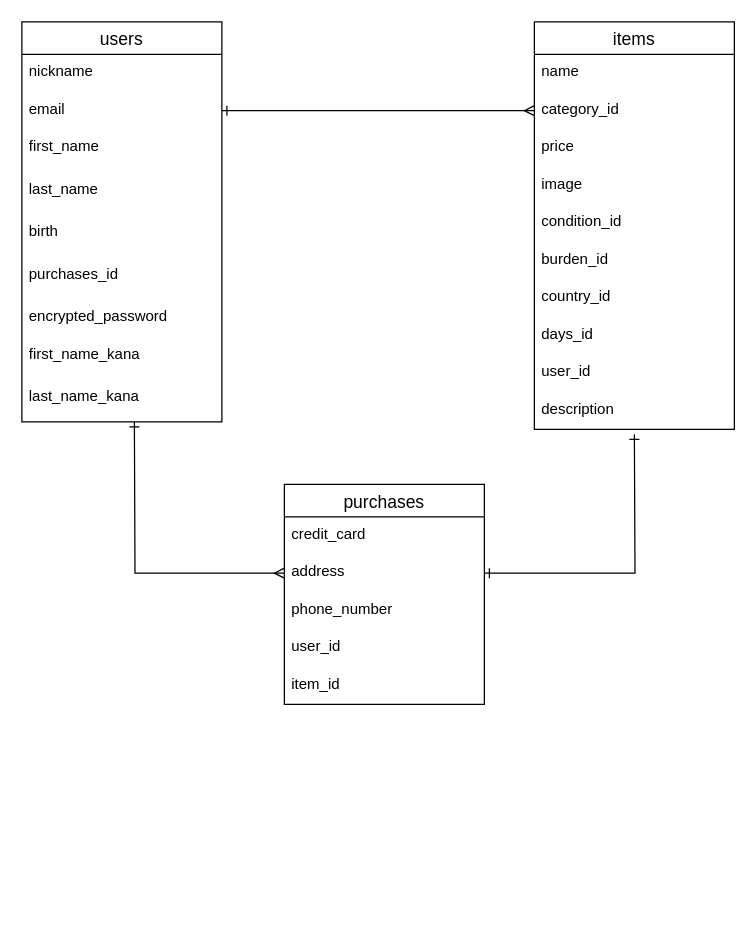
This is furima.dio from kosei-kubota/furima-34523, a draw.io file, before an edit. Source tidied: cells renumbered, new cells numbered last; positions are measured from the earlier drawing's top-left corner, leaving out a move shared by most shapes. Both pictures are drawn from the tidied source at 125%, with x=0, y=0 at pixel (21, 21).
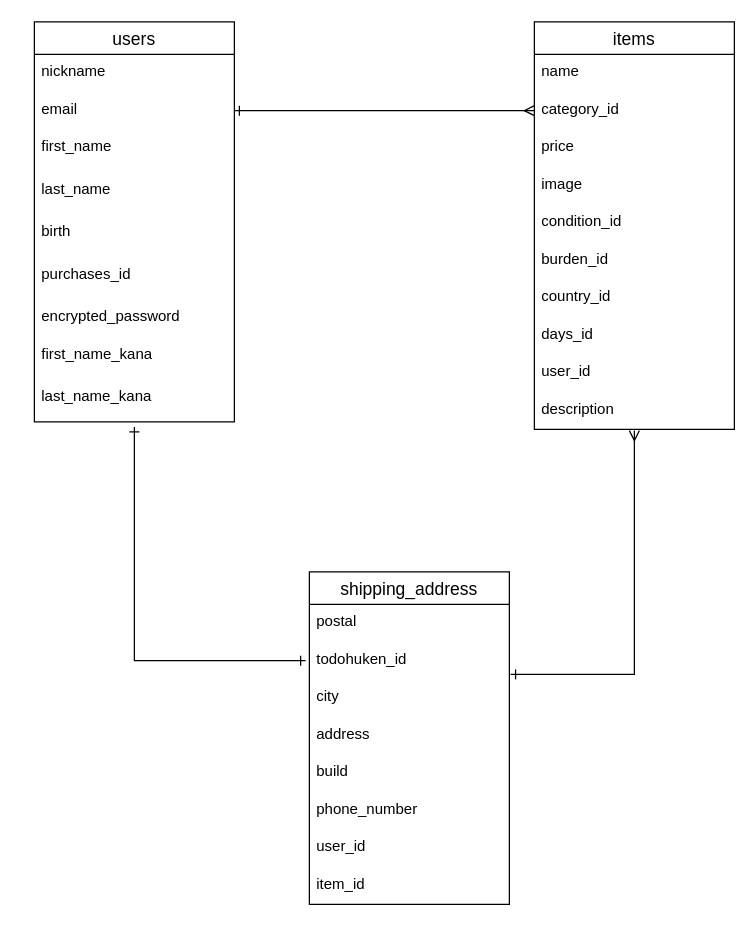
The same diagram, later.

The change refers to these unchanged cells:
```xml
<mxCell id="11" value="last_name_kana" style="text;strokeColor=none;fillColor=none;spacingLeft=4;spacingRight=4;overflow=hidden;points=[[0,0.5],[1,0.5]];portConstraint=eastwest;fontSize=12;" parent="2" vertex="1">
  <mxGeometry y="286" width="160" height="34" as="geometry" />
</mxCell>
<mxCell id="28" value="description" style="text;strokeColor=none;fillColor=none;spacingLeft=4;spacingRight=4;overflow=hidden;points=[[0,0.5],[1,0.5]];portConstraint=eastwest;fontSize=12;" parent="18" vertex="1">
  <mxGeometry y="296" width="160" height="30" as="geometry" />
</mxCell>
```

What changed in the source:
```diff
@@
     <mxCell id="2" value="users" style="swimlane;fontStyle=0;horizontal=1;startSize=26;align=center;fontSize=14;" parent="1" vertex="1">
-      <mxGeometry width="160" height="320" as="geometry" />
+      <mxGeometry x="10" width="160" height="320" as="geometry" />
     </mxCell>
@@
-    <mxCell id="12" value="purchases" style="swimlane;fontStyle=0;horizontal=1;startSize=26;align=center;fontSize=14;" parent="1" vertex="1">
-      <mxGeometry x="210" y="370" width="160" height="176" as="geometry" />
-    </mxCell>
-    <mxCell id="13" value="credit_card" style="text;strokeColor=none;fillColor=none;spacingLeft=4;spacingRight=4;overflow=hidden;fontSize=12;" parent="12" vertex="1">
-      <mxGeometry y="26" width="160" height="30" as="geometry" />
-    </mxCell>
-    <mxCell id="14" value="address" style="text;strokeColor=none;fillColor=none;spacingLeft=4;spacingRight=4;overflow=hidden;points=[[0,0.5],[1,0.5]];portConstraint=eastwest;fontSize=12;" parent="12" vertex="1">
-      <mxGeometry y="56" width="160" height="30" as="geometry" />
-    </mxCell>
-    <mxCell id="15" value="phone_number" style="text;strokeColor=none;fillColor=none;spacingLeft=4;spacingRight=4;overflow=hidden;fontSize=12;" parent="12" vertex="1">
-      <mxGeometry y="86" width="160" height="30" as="geometry" />
-    </mxCell>
-    <mxCell id="16" value="user_id" style="text;strokeColor=none;fillColor=none;spacingLeft=4;spacingRight=4;overflow=hidden;fontSize=12;" parent="12" vertex="1">
-      <mxGeometry y="116" width="160" height="30" as="geometry" />
-    </mxCell>
-    <mxCell id="17" value="item_id" style="text;strokeColor=none;fillColor=none;spacingLeft=4;spacingRight=4;overflow=hidden;fontSize=12;" parent="12" vertex="1">
-      <mxGeometry y="146" width="160" height="30" as="geometry" />
-    </mxCell>
@@
-    <mxCell id="30" style="edgeStyle=orthogonalEdgeStyle;rounded=0;jettySize=auto;html=1;exitX=0;exitY=0.5;exitDx=0;exitDy=0;endArrow=ERone;endFill=0;startArrow=ERmany;startFill=0;" parent="1" edge="1" source="14">
-      <mxGeometry relative="1" as="geometry">
-        <mxPoint x="90" y="320" as="targetPoint" />
-      </mxGeometry>
-    </mxCell>
-    <mxCell id="31" style="edgeStyle=orthogonalEdgeStyle;rounded=0;jettySize=auto;html=1;exitX=1;exitY=0.5;exitDx=0;exitDy=0;endArrow=ERone;endFill=0;startArrow=ERone;startFill=0;" parent="1" edge="1" source="14">
+    <mxCell id="31" style="edgeStyle=orthogonalEdgeStyle;rounded=0;jettySize=auto;html=1;endArrow=ERone;endFill=0;startArrow=ERone;startFill=0;exitX=0.5;exitY=1.118;exitDx=0;exitDy=0;exitPerimeter=0;" parent="1" edge="1" source="11">
       <mxGeometry relative="1" as="geometry">
-        <mxPoint x="490" y="330" as="targetPoint" />
+        <mxPoint x="227" y="511" as="targetPoint" />
+        <Array as="points">
+          <mxPoint x="90" y="511" />
+          <mxPoint x="227" y="511" />
+        </Array>
       </mxGeometry>
     </mxCell>
+    <mxCell id="32" style="edgeStyle=orthogonalEdgeStyle;rounded=0;jettySize=auto;html=1;exitX=1.006;exitY=-0.133;exitDx=0;exitDy=0;entryX=0.5;entryY=1.033;entryDx=0;entryDy=0;entryPerimeter=0;startArrow=ERone;startFill=0;endArrow=ERmany;endFill=0;exitPerimeter=0;" parent="1" edge="1" source="36" target="28">
+      <mxGeometry relative="1" as="geometry" />
+    </mxCell>
+    <mxCell id="33" value="shipping_address" style="swimlane;fontStyle=0;horizontal=1;startSize=26;align=center;fontSize=14;" parent="1" vertex="1">
+      <mxGeometry x="230" y="440" width="160" height="266" as="geometry" />
+    </mxCell>
+    <mxCell id="34" value="postal" style="text;strokeColor=none;fillColor=none;spacingLeft=4;spacingRight=4;overflow=hidden;fontSize=12;" parent="33" vertex="1">
+      <mxGeometry y="26" width="160" height="30" as="geometry" />
+    </mxCell>
+    <mxCell id="35" value="todohuken_id" style="text;strokeColor=none;fillColor=none;spacingLeft=4;spacingRight=4;overflow=hidden;fontSize=12;" parent="33" vertex="1">
+      <mxGeometry y="56" width="160" height="30" as="geometry" />
+    </mxCell>
+    <mxCell id="36" value="city" style="text;strokeColor=none;fillColor=none;spacingLeft=4;spacingRight=4;overflow=hidden;points=[[0,0.5],[1,0.5]];portConstraint=eastwest;fontSize=12;" parent="33" vertex="1">
+      <mxGeometry y="86" width="160" height="30" as="geometry" />
+    </mxCell>
+    <mxCell id="14" value="address" style="text;strokeColor=none;fillColor=none;spacingLeft=4;spacingRight=4;overflow=hidden;points=[[0,0.5],[1,0.5]];portConstraint=eastwest;fontSize=12;" parent="33" vertex="1">
+      <mxGeometry y="116" width="160" height="30" as="geometry" />
+    </mxCell>
+    <mxCell id="37" value="build" style="text;strokeColor=none;fillColor=none;spacingLeft=4;spacingRight=4;overflow=hidden;fontSize=12;" parent="33" vertex="1">
+      <mxGeometry y="146" width="160" height="30" as="geometry" />
+    </mxCell>
+    <mxCell id="15" value="phone_number" style="text;strokeColor=none;fillColor=none;spacingLeft=4;spacingRight=4;overflow=hidden;fontSize=12;" parent="33" vertex="1">
+      <mxGeometry y="176" width="160" height="30" as="geometry" />
+    </mxCell>
+    <mxCell id="16" value="user_id" style="text;strokeColor=none;fillColor=none;spacingLeft=4;spacingRight=4;overflow=hidden;fontSize=12;" parent="33" vertex="1">
+      <mxGeometry y="206" width="160" height="30" as="geometry" />
+    </mxCell>
+    <mxCell id="17" value="item_id" style="text;strokeColor=none;fillColor=none;spacingLeft=4;spacingRight=4;overflow=hidden;fontSize=12;" parent="33" vertex="1">
+      <mxGeometry y="236" width="160" height="30" as="geometry" />
+    </mxCell>
```
